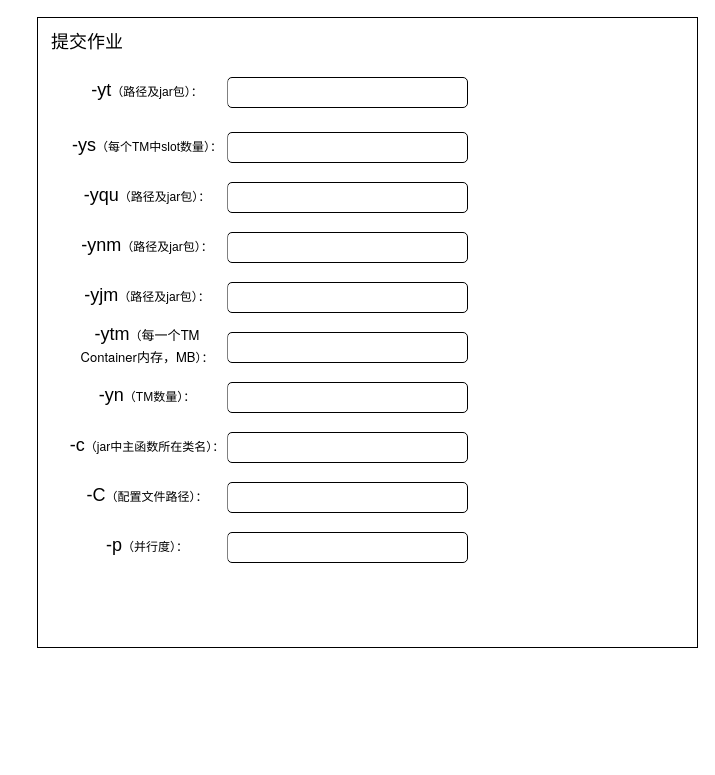
Above: FlinkManageSubmit.drawio in Janxun/graph (draw.io), before the change. Source tidied: cells renumbered, new cells numbered last; positions are measured from the earlier drawing's top-left corner, leaving out a move shared by most shapes. Both pictures are drawn from the tidied source at 100%, with x=0, y=0 at pixel (37, 17).
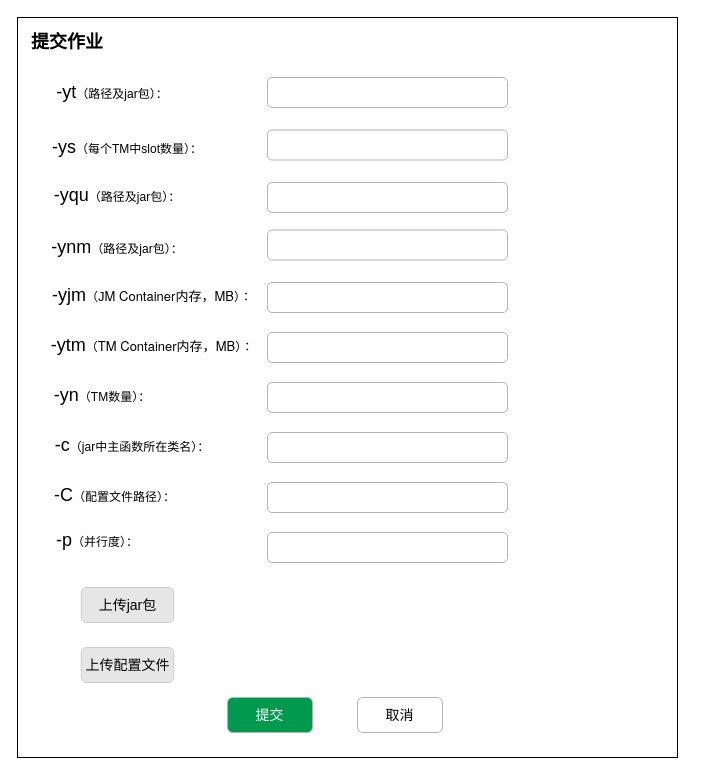
After the change.

What changed in the source:
```diff
@@
     <mxCell id="2" style="rounded=0;whiteSpace=wrap;html=1;" parent="1" vertex="1">
-      <mxGeometry width="660" height="630" as="geometry" />
+      <mxGeometry x="-20" width="660" height="740" as="geometry" />
     </mxCell>
-    <mxCell id="3" value="&lt;font style=&quot;font-size: 18px&quot;&gt;提交作业&lt;/font&gt;" style="rounded=0;whiteSpace=wrap;html=1;strokeColor=none;" parent="1" vertex="1">
-      <mxGeometry x="10" y="10" width="80" height="30" as="geometry" />
+    <mxCell id="3" value="&lt;font style=&quot;font-size: 18px&quot;&gt;&lt;b&gt;提交作业&lt;/b&gt;&lt;/font&gt;" style="rounded=0;whiteSpace=wrap;html=1;strokeColor=none;" parent="1" vertex="1">
+      <mxGeometry x="-10" y="10" width="80" height="30" as="geometry" />
     </mxCell>
-    <mxCell id="4" style="rounded=1;whiteSpace=wrap;html=1;fontSize=18;strokeColor=default;" parent="1" vertex="1">
-      <mxGeometry x="190" y="60" width="240" height="30" as="geometry" />
+    <mxCell id="4" style="rounded=1;whiteSpace=wrap;html=1;fontSize=18;strokeColor=#B3B3B3;" parent="1" vertex="1">
+      <mxGeometry x="230" y="60" width="240" height="30" as="geometry" />
     </mxCell>
     <mxCell id="5" value="-yt&lt;font style=&quot;font-size: 12px&quot;&gt;（路径及jar包）：&lt;/font&gt;" style="rounded=0;whiteSpace=wrap;html=1;fontSize=18;strokeColor=none;" parent="1" vertex="1">
-      <mxGeometry x="30" y="55" width="160" height="35" as="geometry" />
+      <mxGeometry x="10" y="57.5" width="130" height="35" as="geometry" />
     </mxCell>
-    <mxCell id="6" style="rounded=1;whiteSpace=wrap;html=1;fontSize=18;strokeColor=default;" parent="1" vertex="1">
-      <mxGeometry x="190" y="115" width="240" height="30" as="geometry" />
+    <mxCell id="6" style="rounded=1;whiteSpace=wrap;html=1;fontSize=18;strokeColor=#B3B3B3;" parent="1" vertex="1">
+      <mxGeometry x="230" y="112.5" width="240" height="30" as="geometry" />
     </mxCell>
     <mxCell id="7" value="-ys&lt;font style=&quot;font-size: 12px&quot;&gt;（每个TM中slot数量）：&lt;/font&gt;" style="rounded=0;whiteSpace=wrap;html=1;fontSize=18;strokeColor=none;" parent="1" vertex="1">
-      <mxGeometry x="30" y="110" width="160" height="35" as="geometry" />
+      <mxGeometry x="10" y="112.5" width="160" height="35" as="geometry" />
     </mxCell>
-    <mxCell id="8" style="rounded=1;whiteSpace=wrap;html=1;fontSize=18;strokeColor=default;" parent="1" vertex="1">
-      <mxGeometry x="190" y="165" width="240" height="30" as="geometry" />
+    <mxCell id="8" style="rounded=1;whiteSpace=wrap;html=1;fontSize=18;strokeColor=#B3B3B3;" parent="1" vertex="1">
+      <mxGeometry x="230" y="165" width="240" height="30" as="geometry" />
     </mxCell>
     <mxCell id="9" value="-yqu&lt;font style=&quot;font-size: 12px&quot;&gt;（路径及jar包）：&lt;/font&gt;" style="rounded=0;whiteSpace=wrap;html=1;fontSize=18;strokeColor=none;" parent="1" vertex="1">
-      <mxGeometry x="30" y="160" width="160" height="35" as="geometry" />
+      <mxGeometry y="160" width="160" height="35" as="geometry" />
     </mxCell>
-    <mxCell id="10" style="rounded=1;whiteSpace=wrap;html=1;fontSize=18;strokeColor=default;" parent="1" vertex="1">
-      <mxGeometry x="190" y="215" width="240" height="30" as="geometry" />
+    <mxCell id="10" style="rounded=1;whiteSpace=wrap;html=1;fontSize=18;strokeColor=#B3B3B3;" parent="1" vertex="1">
+      <mxGeometry x="230" y="212.5" width="240" height="30" as="geometry" />
     </mxCell>
     <mxCell id="11" value="-ynm&lt;font style=&quot;font-size: 12px&quot;&gt;（路径及jar包）：&lt;/font&gt;" style="rounded=0;whiteSpace=wrap;html=1;fontSize=18;strokeColor=none;" parent="1" vertex="1">
-      <mxGeometry x="30" y="210" width="160" height="35" as="geometry" />
+      <mxGeometry y="212.5" width="160" height="35" as="geometry" />
     </mxCell>
-    <mxCell id="12" style="rounded=1;whiteSpace=wrap;html=1;fontSize=18;strokeColor=default;" parent="1" vertex="1">
-      <mxGeometry x="190" y="265" width="240" height="30" as="geometry" />
+    <mxCell id="12" style="rounded=1;whiteSpace=wrap;html=1;fontSize=18;strokeColor=#B3B3B3;" parent="1" vertex="1">
+      <mxGeometry x="230" y="265" width="240" height="30" as="geometry" />
     </mxCell>
-    <mxCell id="13" value="-yjm&lt;font style=&quot;font-size: 12px&quot;&gt;（路径及jar包）：&lt;/font&gt;" style="rounded=0;whiteSpace=wrap;html=1;fontSize=18;strokeColor=none;" parent="1" vertex="1">
-      <mxGeometry x="30" y="260" width="160" height="35" as="geometry" />
+    <mxCell id="13" value="-yjm&lt;font style=&quot;font-size: 12px&quot;&gt;（&lt;span style=&quot;font-size: 13px ; font-stretch: normal ; line-height: normal ; font-family: &amp;#34;pingfang sc&amp;#34;&quot;&gt;J&lt;/span&gt;&lt;span style=&quot;font-family: &amp;#34;helvetica neue&amp;#34; ; font-size: 13px&quot;&gt;M Container&lt;/span&gt;&lt;span style=&quot;font-size: 13px ; font-stretch: normal ; line-height: normal ; font-family: &amp;#34;pingfang sc&amp;#34;&quot;&gt;内存，&lt;/span&gt;&lt;span style=&quot;font-family: &amp;#34;helvetica neue&amp;#34; ; font-size: 13px&quot;&gt;MB&lt;/span&gt;）：&lt;/font&gt;" style="rounded=0;whiteSpace=wrap;html=1;fontSize=18;strokeColor=none;" parent="1" vertex="1">
+      <mxGeometry x="10" y="260" width="210" height="35" as="geometry" />
     </mxCell>
-    <mxCell id="14" style="rounded=1;whiteSpace=wrap;html=1;fontSize=18;strokeColor=default;" parent="1" vertex="1">
-      <mxGeometry x="190" y="315" width="240" height="30" as="geometry" />
+    <mxCell id="14" style="rounded=1;whiteSpace=wrap;html=1;fontSize=18;strokeColor=#B3B3B3;" parent="1" vertex="1">
+      <mxGeometry x="230" y="315" width="240" height="30" as="geometry" />
     </mxCell>
-    <mxCell id="15" value="-ytm&lt;font style=&quot;font-size: 12px&quot;&gt;（&lt;span style=&quot;font-size: 13px ; font-stretch: normal ; line-height: normal ; font-family: &amp;#34;pingfang sc&amp;#34;&quot;&gt;每一个&lt;/span&gt;&lt;span style=&quot;font-family: &amp;#34;helvetica neue&amp;#34; ; font-size: 13px&quot;&gt;TM Container&lt;/span&gt;&lt;span style=&quot;font-size: 13px ; font-stretch: normal ; line-height: normal ; font-family: &amp;#34;pingfang sc&amp;#34;&quot;&gt;内存，&lt;/span&gt;&lt;span style=&quot;font-family: &amp;#34;helvetica neue&amp;#34; ; font-size: 13px&quot;&gt;MB&lt;/span&gt;）：&lt;br&gt;&lt;/font&gt;" style="rounded=0;whiteSpace=wrap;html=1;fontSize=18;strokeColor=none;" parent="1" vertex="1">
-      <mxGeometry x="30" y="310" width="160" height="35" as="geometry" />
+    <mxCell id="15" value="-ytm&lt;font style=&quot;font-size: 12px&quot;&gt;（&lt;span style=&quot;font-family: &amp;#34;helvetica neue&amp;#34; ; font-size: 13px&quot;&gt;TM Container&lt;/span&gt;&lt;span style=&quot;font-size: 13px ; font-stretch: normal ; line-height: normal ; font-family: &amp;#34;pingfang sc&amp;#34;&quot;&gt;内存，&lt;/span&gt;&lt;span style=&quot;font-family: &amp;#34;helvetica neue&amp;#34; ; font-size: 13px&quot;&gt;MB&lt;/span&gt;）：&lt;br&gt;&lt;/font&gt;" style="rounded=0;whiteSpace=wrap;html=1;fontSize=18;strokeColor=none;" parent="1" vertex="1">
+      <mxGeometry x="5" y="310" width="220" height="35" as="geometry" />
     </mxCell>
-    <mxCell id="16" style="rounded=1;whiteSpace=wrap;html=1;fontSize=18;strokeColor=default;" parent="1" vertex="1">
-      <mxGeometry x="190" y="365" width="240" height="30" as="geometry" />
+    <mxCell id="16" style="rounded=1;whiteSpace=wrap;html=1;fontSize=18;strokeColor=#B3B3B3;" parent="1" vertex="1">
+      <mxGeometry x="230" y="365" width="240" height="30" as="geometry" />
     </mxCell>
     <mxCell id="17" value="-yn&lt;font style=&quot;font-size: 12px&quot;&gt;（TM数量）：&lt;/font&gt;" style="rounded=0;whiteSpace=wrap;html=1;fontSize=18;strokeColor=none;" parent="1" vertex="1">
-      <mxGeometry x="30" y="360" width="160" height="35" as="geometry" />
+      <mxGeometry x="10" y="360" width="110" height="35" as="geometry" />
     </mxCell>
-    <mxCell id="18" style="rounded=1;whiteSpace=wrap;html=1;fontSize=18;strokeColor=default;" parent="1" vertex="1">
-      <mxGeometry x="190" y="415" width="240" height="30" as="geometry" />
+    <mxCell id="18" style="rounded=1;whiteSpace=wrap;html=1;fontSize=18;strokeColor=#B3B3B3;" parent="1" vertex="1">
+      <mxGeometry x="230" y="415" width="240" height="30" as="geometry" />
     </mxCell>
     <mxCell id="19" value="-c&lt;font style=&quot;font-size: 12px&quot;&gt;（jar中主函数所在类名）：&lt;/font&gt;" style="rounded=0;whiteSpace=wrap;html=1;fontSize=18;strokeColor=none;" parent="1" vertex="1">
-      <mxGeometry x="30" y="410" width="160" height="35" as="geometry" />
+      <mxGeometry x="10" y="410" width="170" height="35" as="geometry" />
     </mxCell>
-    <mxCell id="20" style="rounded=1;whiteSpace=wrap;html=1;fontSize=18;strokeColor=default;" parent="1" vertex="1">
-      <mxGeometry x="190" y="465" width="240" height="30" as="geometry" />
+    <mxCell id="20" style="rounded=1;whiteSpace=wrap;html=1;fontSize=18;strokeColor=#B3B3B3;" parent="1" vertex="1">
+      <mxGeometry x="230" y="465" width="240" height="30" as="geometry" />
     </mxCell>
     <mxCell id="21" value="-C&lt;font style=&quot;font-size: 12px&quot;&gt;（配置文件路径）：&lt;/font&gt;" style="rounded=0;whiteSpace=wrap;html=1;fontSize=18;strokeColor=none;" parent="1" vertex="1">
-      <mxGeometry x="30" y="460" width="160" height="35" as="geometry" />
+      <mxGeometry x="10" y="460" width="135" height="35" as="geometry" />
     </mxCell>
-    <mxCell id="22" style="rounded=1;whiteSpace=wrap;html=1;fontSize=18;strokeColor=default;" parent="1" vertex="1">
-      <mxGeometry x="190" y="515" width="240" height="30" as="geometry" />
+    <mxCell id="22" style="rounded=1;whiteSpace=wrap;html=1;fontSize=18;strokeColor=#B3B3B3;" parent="1" vertex="1">
+      <mxGeometry x="230" y="515" width="240" height="30" as="geometry" />
     </mxCell>
     <mxCell id="23" value="-p&lt;font style=&quot;font-size: 12px&quot;&gt;（并行度）：&lt;/font&gt;" style="rounded=0;whiteSpace=wrap;html=1;fontSize=18;strokeColor=none;" parent="1" vertex="1">
-      <mxGeometry x="30" y="510" width="160" height="35" as="geometry" />
+      <mxGeometry x="10" y="505" width="100" height="35" as="geometry" />
     </mxCell>
+    <mxCell id="24" value="&lt;font color=&quot;#ffffff&quot;&gt;提交&lt;/font&gt;" style="rounded=1;whiteSpace=wrap;html=1;fontSize=14;fontColor=#000000;strokeColor=#B3B3B3;fillColor=#00994D;" parent="1" vertex="1">
+      <mxGeometry x="190" y="680" width="85" height="35" as="geometry" />
+    </mxCell>
+    <mxCell id="25" value="&lt;span&gt;取消&lt;/span&gt;" style="rounded=1;whiteSpace=wrap;html=1;fontSize=14;fontColor=#000000;strokeColor=#B3B3B3;fillColor=#FFFFFF;" parent="1" vertex="1">
+      <mxGeometry x="320" y="680" width="85" height="35" as="geometry" />
+    </mxCell>
+    <mxCell id="26" value="上传jar包" style="rounded=1;whiteSpace=wrap;html=1;fontSize=14;fontColor=#000000;strokeColor=#CCCCCC;fillColor=#E6E6E6;strokeWidth=1;" parent="1" vertex="1">
+      <mxGeometry x="43.8" y="570" width="92.5" height="35" as="geometry" />
+    </mxCell>
+    <mxCell id="27" value="上传配置文件" style="rounded=1;whiteSpace=wrap;html=1;fontSize=14;fontColor=#000000;strokeColor=#CCCCCC;fillColor=#E6E6E6;strokeWidth=1;" parent="1" vertex="1">
+      <mxGeometry x="43.8" y="630" width="92.5" height="35" as="geometry" />
+    </mxCell>
```
